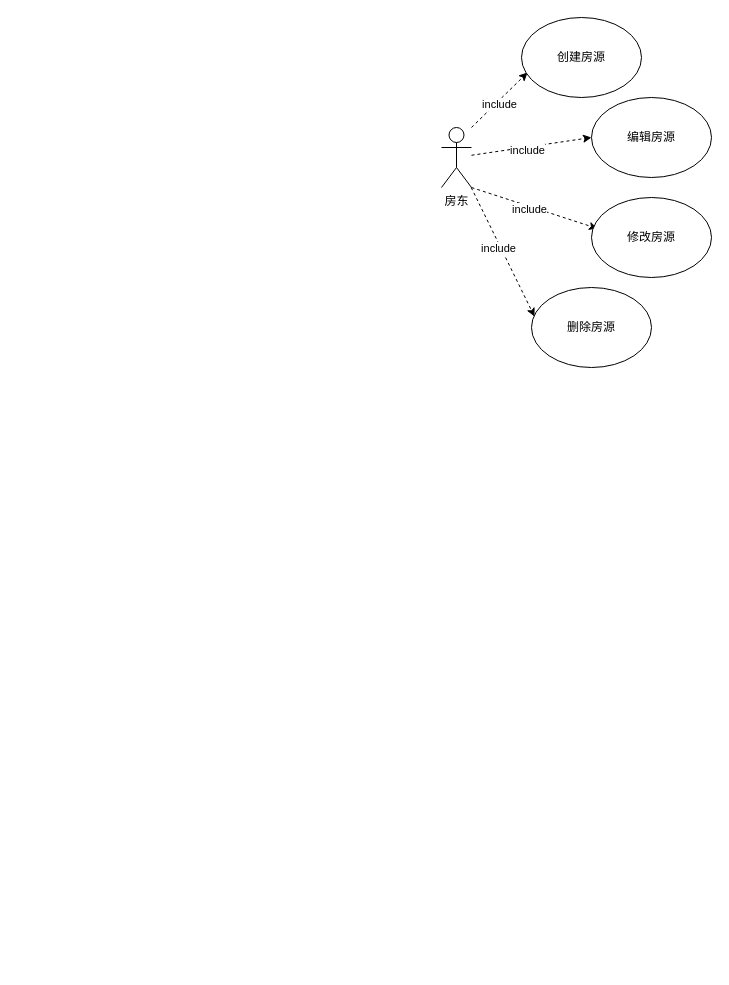
Above: 未命名绘图.drawio in zzd-k/50projects50days (draw.io), before the change. Source tidied: cells renumbered, new cells numbered last; positions are measured from the earlier drawing's top-left corner, leaving out a move shared by most shapes. Both pictures are drawn from the tidied source at 100%, with x=0, y=0 at pixel (441, 17).
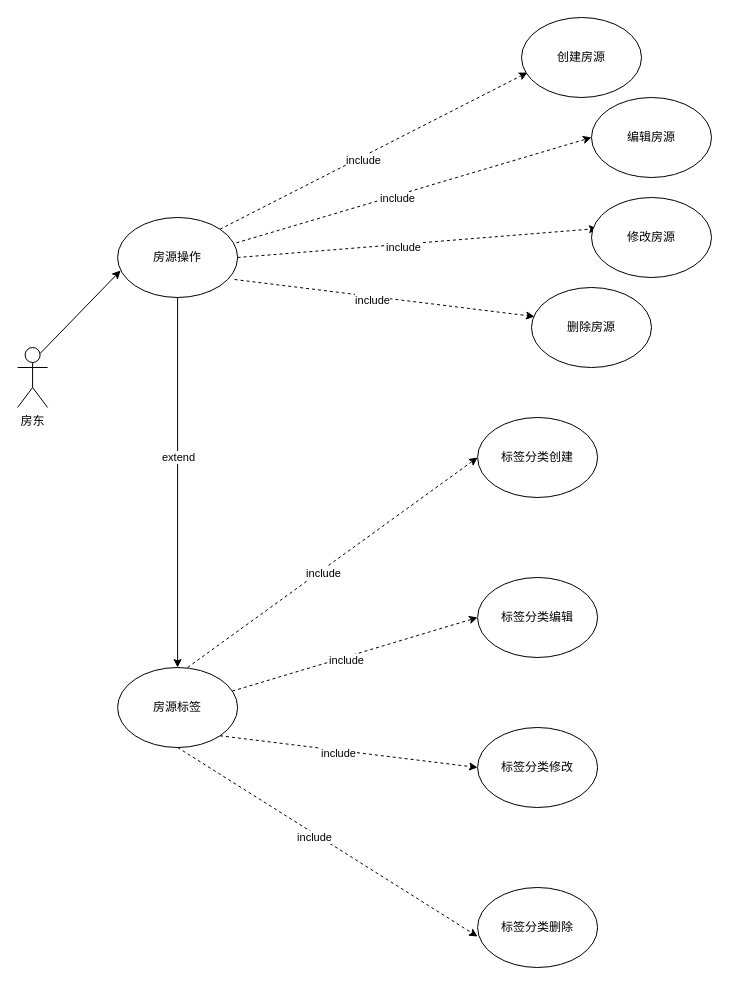
Above is the later version.

Commit message (it also covers changes not shown here):
更新未命名绘图.drawio

The change refers to these unchanged cells:
```xml
<mxCell id="5" value="创建房源" style="ellipse;whiteSpace=wrap;html=1;" parent="1" vertex="1">
  <mxGeometry x="80" width="120" height="80" as="geometry" />
</mxCell>
<mxCell id="8" value="编辑房源" style="ellipse;whiteSpace=wrap;html=1;" parent="1" vertex="1">
  <mxGeometry x="150" y="80" width="120" height="80" as="geometry" />
</mxCell>
<mxCell id="13" value="修改房源" style="ellipse;whiteSpace=wrap;html=1;" parent="1" vertex="1">
  <mxGeometry x="150" y="180" width="120" height="80" as="geometry" />
</mxCell>
<mxCell id="14" value="删除房源" style="ellipse;whiteSpace=wrap;html=1;" parent="1" vertex="1">
  <mxGeometry x="90" y="270" width="120" height="80" as="geometry" />
</mxCell>
```

The edit, as a diff of the source:
```diff
@@
     <mxCell id="2" value="房东" style="shape=umlActor;verticalLabelPosition=bottom;verticalAlign=top;html=1;outlineConnect=0;" parent="1" vertex="1">
-      <mxGeometry y="110" width="30" height="60" as="geometry" />
+      <mxGeometry x="-423.9" y="330" width="30" height="60" as="geometry" />
     </mxCell>
-    <mxCell id="3" style="endArrow=classic;html=1;rounded=0;dashed=1;entryX=0.05;entryY=0.688;entryDx=0;entryDy=0;entryPerimeter=0;" parent="1" edge="1" target="5">
-      <mxGeometry relative="1" as="geometry">
-        <mxPoint x="30" y="110" as="sourcePoint" />
-      </mxGeometry>
+    <mxCell id="3" style="endArrow=classic;html=1;rounded=0;dashed=1;entryX=0.05;entryY=0.688;entryDx=0;entryDy=0;entryPerimeter=0;exitX=1;exitY=0;exitDx=0;exitDy=0;" parent="1" edge="1" source="17" target="5">
+      <mxGeometry relative="1" as="geometry" />
     </mxCell>
@@
-    <mxCell id="6" style="endArrow=classic;html=1;rounded=0;dashed=1;entryX=0;entryY=0.5;entryDx=0;entryDy=0;" parent="1" edge="1" source="2" target="8">
+    <mxCell id="6" style="endArrow=classic;html=1;rounded=0;dashed=1;entryX=0;entryY=0.5;entryDx=0;entryDy=0;exitX=0.942;exitY=0.338;exitDx=0;exitDy=0;exitPerimeter=0;" parent="1" edge="1" source="17" target="8">
       <mxGeometry relative="1" as="geometry" />
     </mxCell>
@@
-    <mxCell id="9" style="endArrow=classic;html=1;rounded=0;dashed=1;exitX=1;exitY=1;exitDx=0;exitDy=0;exitPerimeter=0;entryX=0.05;entryY=0.388;entryDx=0;entryDy=0;entryPerimeter=0;" parent="1" edge="1" source="2" target="13">
+    <mxCell id="9" style="endArrow=classic;html=1;rounded=0;dashed=1;entryX=0.05;entryY=0.388;entryDx=0;entryDy=0;entryPerimeter=0;exitX=1;exitY=0.5;exitDx=0;exitDy=0;" parent="1" edge="1" source="17" target="13">
       <mxGeometry relative="1" as="geometry" />
     </mxCell>
@@
-    <mxCell id="11" style="endArrow=classic;html=1;rounded=0;dashed=1;entryX=0.025;entryY=0.363;entryDx=0;entryDy=0;entryPerimeter=0;" parent="1" edge="1" source="2" target="14">
+    <mxCell id="11" style="endArrow=classic;html=1;rounded=0;dashed=1;entryX=0.025;entryY=0.363;entryDx=0;entryDy=0;entryPerimeter=0;exitX=0.975;exitY=0.775;exitDx=0;exitDy=0;exitPerimeter=0;" parent="1" edge="1" source="17" target="14">
       <mxGeometry relative="1" as="geometry" />
     </mxCell>
@@
+    <mxCell id="15" style="edgeStyle=orthogonalEdgeStyle;rounded=0;jettySize=auto;html=1;exitX=0.5;exitY=1;exitDx=0;exitDy=0;entryX=0.5;entryY=0;entryDx=0;entryDy=0;" parent="1" edge="1" source="17" target="19">
+      <mxGeometry relative="1" as="geometry" />
+    </mxCell>
+    <mxCell id="16" value="extend" style="edgeLabel;html=1;align=center;verticalAlign=middle;" parent="15" vertex="1">
+      <mxGeometry x="-0.14" relative="1" as="geometry" />
+    </mxCell>
+    <mxCell id="17" value="房源操作" style="ellipse;whiteSpace=wrap;html=1;" parent="1" vertex="1">
+      <mxGeometry x="-323.9" y="200" width="120" height="80" as="geometry" />
+    </mxCell>
+    <mxCell id="18" style="endArrow=classic;html=1;rounded=0;entryX=0.025;entryY=0.663;entryDx=0;entryDy=0;entryPerimeter=0;exitX=0.75;exitY=0.1;exitDx=0;exitDy=0;exitPerimeter=0;" parent="1" edge="1" source="2" target="17">
+      <mxGeometry relative="1" as="geometry" />
+    </mxCell>
+    <mxCell id="19" value="房源标签" style="ellipse;whiteSpace=wrap;html=1;" parent="1" vertex="1">
+      <mxGeometry x="-323.9" y="650" width="120" height="80" as="geometry" />
+    </mxCell>
+    <mxCell id="20" value="标签分类创建" style="ellipse;whiteSpace=wrap;html=1;" parent="1" vertex="1">
+      <mxGeometry x="36.1" y="400" width="120" height="80" as="geometry" />
+    </mxCell>
+    <mxCell id="21" value="标签分类修改" style="ellipse;whiteSpace=wrap;html=1;" parent="1" vertex="1">
+      <mxGeometry x="36.1" y="710" width="120" height="80" as="geometry" />
+    </mxCell>
+    <mxCell id="22" value="标签分类删除" style="ellipse;whiteSpace=wrap;html=1;" parent="1" vertex="1">
+      <mxGeometry x="36.1" y="870" width="120" height="80" as="geometry" />
+    </mxCell>
+    <mxCell id="23" value="标签分类编辑" style="ellipse;whiteSpace=wrap;html=1;" parent="1" vertex="1">
+      <mxGeometry x="36.1" y="560" width="120" height="80" as="geometry" />
+    </mxCell>
+    <mxCell id="24" style="endArrow=classic;html=1;rounded=0;dashed=1;entryX=0;entryY=0.5;entryDx=0;entryDy=0;exitX=1;exitY=0;exitDx=0;exitDy=0;" parent="1" edge="1" target="20">
+      <mxGeometry relative="1" as="geometry">
+        <mxPoint x="-253.9" y="650" as="sourcePoint" />
+      </mxGeometry>
+    </mxCell>
+    <mxCell id="25" value="include" style="edgeLabel;html=1;align=center;verticalAlign=middle;" parent="24" vertex="1">
+      <mxGeometry x="-0.08" y="-3" relative="1" as="geometry" />
+    </mxCell>
+    <mxCell id="26" style="endArrow=classic;html=1;rounded=0;dashed=1;entryX=0;entryY=0.5;entryDx=0;entryDy=0;" parent="1" edge="1" source="19" target="23">
+      <mxGeometry relative="1" as="geometry" />
+    </mxCell>
+    <mxCell id="27" value="include" style="edgeLabel;html=1;align=center;verticalAlign=middle;" parent="26" vertex="1">
+      <mxGeometry x="-0.08" y="-3" relative="1" as="geometry" />
+    </mxCell>
+    <mxCell id="28" style="endArrow=classic;html=1;rounded=0;dashed=1;entryX=0;entryY=0.5;entryDx=0;entryDy=0;exitX=1;exitY=1;exitDx=0;exitDy=0;" parent="1" edge="1" source="19" target="21">
+      <mxGeometry relative="1" as="geometry" />
+    </mxCell>
+    <mxCell id="29" value="include" style="edgeLabel;html=1;align=center;verticalAlign=middle;" parent="28" vertex="1">
+      <mxGeometry x="-0.08" y="-3" relative="1" as="geometry" />
+    </mxCell>
+    <mxCell id="30" style="endArrow=classic;html=1;rounded=0;dashed=1;entryX=0;entryY=0.613;entryDx=0;entryDy=0;exitX=0.5;exitY=1;exitDx=0;exitDy=0;entryPerimeter=0;" parent="1" edge="1" source="19" target="22">
+      <mxGeometry relative="1" as="geometry" />
+    </mxCell>
+    <mxCell id="31" value="include" style="edgeLabel;html=1;align=center;verticalAlign=middle;" parent="30" vertex="1">
+      <mxGeometry x="-0.08" y="-3" relative="1" as="geometry" />
+    </mxCell>
```
